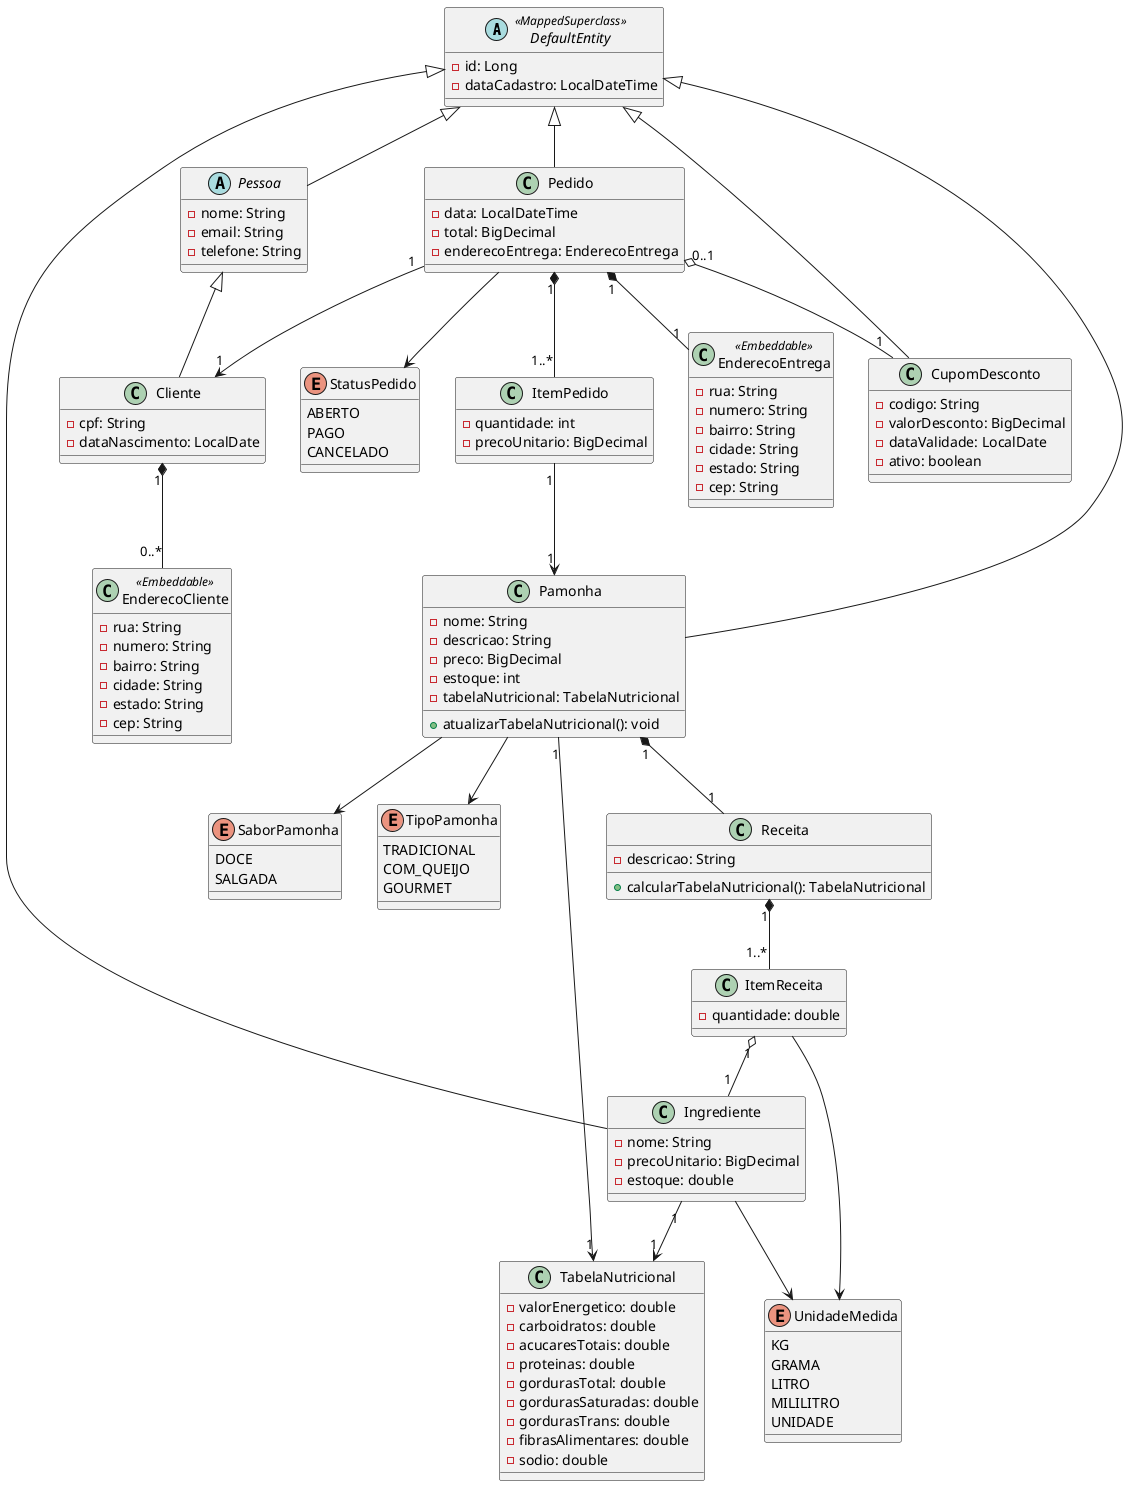
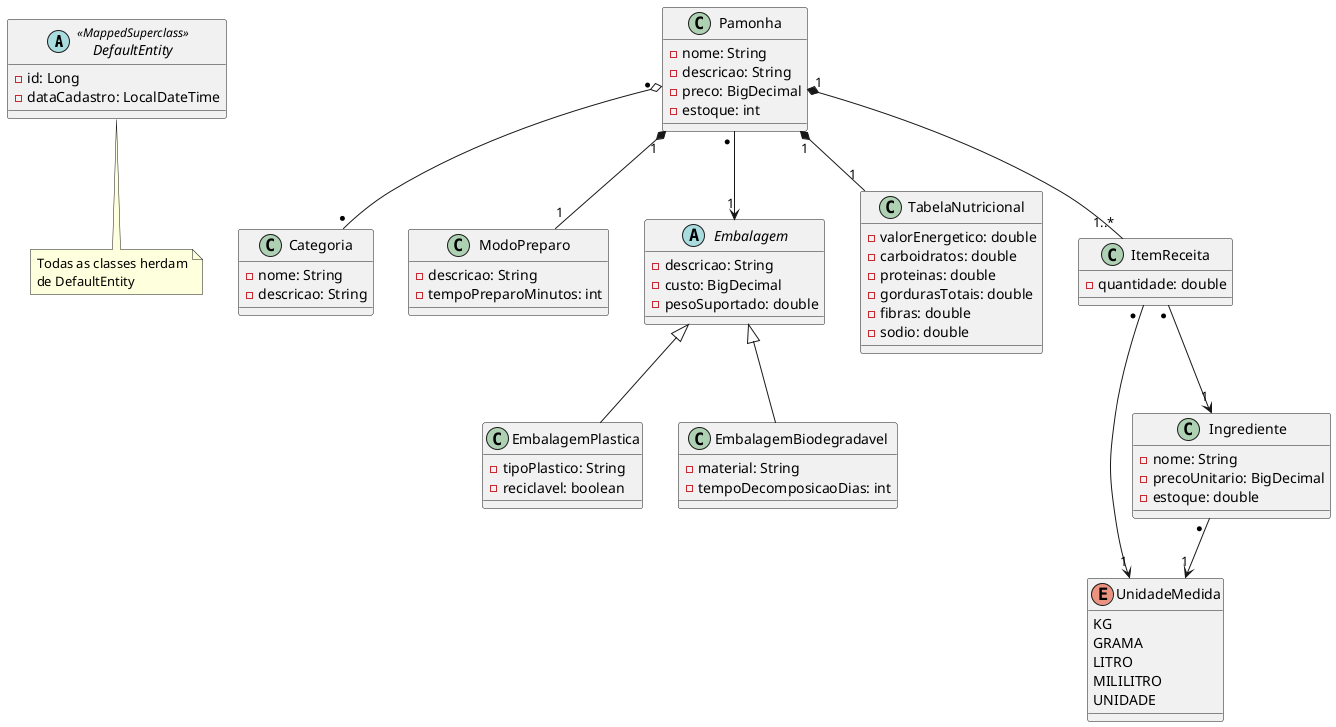
@startuml diagramaDeClasses

+ ' =========================
+ ' Classe base (sem herança explícita)
+ ' =========================
abstract class DefaultEntity <<MappedSuperclass>> {
  -id: Long
  -dataCadastro: LocalDateTime
}

- abstract class Pessoa {
-   -nome: String
-   -email: String
-   -telefone: String
- }
+ note bottom of DefaultEntity
+   Todas as classes herdam
+   de DefaultEntity
+ end note

- DefaultEntity <|-- Pessoa
- 
- class Cliente {
-   -cpf: String
-   -dataNascimento: LocalDate
- }
- 
- Pessoa <|-- Cliente
- 
- class EnderecoCliente <<Embeddable>> {
-   -rua: String
-   -numero: String
-   -bairro: String
-   -cidade: String
-   -estado: String
-   -cep: String
- }
- 
- class EnderecoEntrega <<Embeddable>> {
-   -rua: String
-   -numero: String
-   -bairro: String
-   -cidade: String
-   -estado: String
-   -cep: String
- }
- 
- Cliente "1" *-- "0..*" EnderecoCliente
- 
- enum SaborPamonha {
-   DOCE
-   SALGADA
- }
- 
- enum TipoPamonha {
-   TRADICIONAL
-   COM_QUEIJO
-   GOURMET
- }
+ ' =========================
+ ' ENUM
+ ' =========================

enum UnidadeMedida {
  KG
  GRAMA
  LITRO
  MILILITRO
  UNIDADE
}

- enum StatusPedido {
-   ABERTO
-   PAGO
-   CANCELADO
- }
- 
+ ' =========================
+ ' ENTIDADES PRINCIPAIS (CRUDs)
+ ' =========================
class Pamonha {
  -nome: String
  -descricao: String
  -preco: BigDecimal
  -estoque: int
-   -tabelaNutricional: TabelaNutricional
- 
-   +atualizarTabelaNutricional(): void
}
- 
- DefaultEntity <|-- Pamonha
- 
- Pamonha --> SaborPamonha
- Pamonha --> TipoPamonha
- 
- class Receita {
-   -descricao: String
- 
-   +calcularTabelaNutricional(): TabelaNutricional
- }
- 
- Pamonha "1" *-- "1" Receita
- 
- class ItemReceita {
-   -quantidade: double
- }
- 
- Receita "1" *-- "1..*" ItemReceita
- 
- ItemReceita --> UnidadeMedida

class Ingrediente {
  -nome: String
  -precoUnitario: BigDecimal
  -estoque: double
}

- DefaultEntity <|-- Ingrediente
+ class Categoria {
+   -nome: String
+   -descricao: String
+ }

- ItemReceita "1" o-- "1" Ingrediente
+ class ModoPreparo {
+   -descricao: String
+   -tempoPreparoMinutos: int
+ }

- Ingrediente --> UnidadeMedida
+ ' =========================
+ ' HERANÇA (EMBALAGEM)
+ ' =========================
+ abstract class Embalagem {
+   -descricao: String
+   -custo: BigDecimal
+   -pesoSuportado: double
+ }

+ class EmbalagemPlastica {
+   -tipoPlastico: String
+   -reciclavel: boolean
+ }
+ 
+ class EmbalagemBiodegradavel {
+   -material: String
+   -tempoDecomposicaoDias: int
+ }
+ 
+ Embalagem <|-- EmbalagemPlastica
+ Embalagem <|-- EmbalagemBiodegradavel
+ 
+ ' =========================
+ ' COMPOSIÇÃO
+ ' =========================
class TabelaNutricional {
  -valorEnergetico: double
  -carboidratos: double
-   -acucaresTotais: double
  -proteinas: double
-   -gordurasTotal: double
-   -gordurasSaturadas: double
-   -gordurasTrans: double
-   -fibrasAlimentares: double
+   -gordurasTotais: double
+   -fibras: double
  -sodio: double
}

- Ingrediente "1" --> "1" TabelaNutricional
- Pamonha "1" --> "1" TabelaNutricional
+ Pamonha "1" *-- "1" TabelaNutricional

- class CupomDesconto {
-   -codigo: String
-   -valorDesconto: BigDecimal
-   -dataValidade: LocalDate
-   -ativo: boolean
+ class ItemReceita {
+   -quantidade: double
}

- DefaultEntity <|-- CupomDesconto
+ Pamonha "1" *-- "1..*" ItemReceita

- class Pedido {
-   -data: LocalDateTime
-   -total: BigDecimal
-   -enderecoEntrega: EnderecoEntrega
- }
+ ' =========================
+ ' RELACIONAMENTOS
+ ' =========================

- DefaultEntity <|-- Pedido
+ ' N:1
+ ItemReceita "* " --> "1" Ingrediente

- Pedido --> StatusPedido
- Pedido "1" --> "1" Cliente
- Pedido "1" *-- "1" EnderecoEntrega
- Pedido "0..1" o-- "1" CupomDesconto
+ ' N:N (AGREGAÇÃO)
+ Pamonha "* " o-- "* " Categoria

- class ItemPedido {
-   -quantidade: int
-   -precoUnitario: BigDecimal
- }
+ ' Associação
+ Pamonha "* " --> "1" Embalagem

- Pedido "1" *-- "1..*" ItemPedido
- ItemPedido "1" --> "1" Pamonha
+ ' Composição (mais coerente)
+ Pamonha "1" *-- "1" ModoPreparo
+ 
+ ' Enum
+ ItemReceita "* " --> "1" UnidadeMedida
+ Ingrediente "* " --> "1" UnidadeMedida

@enduml